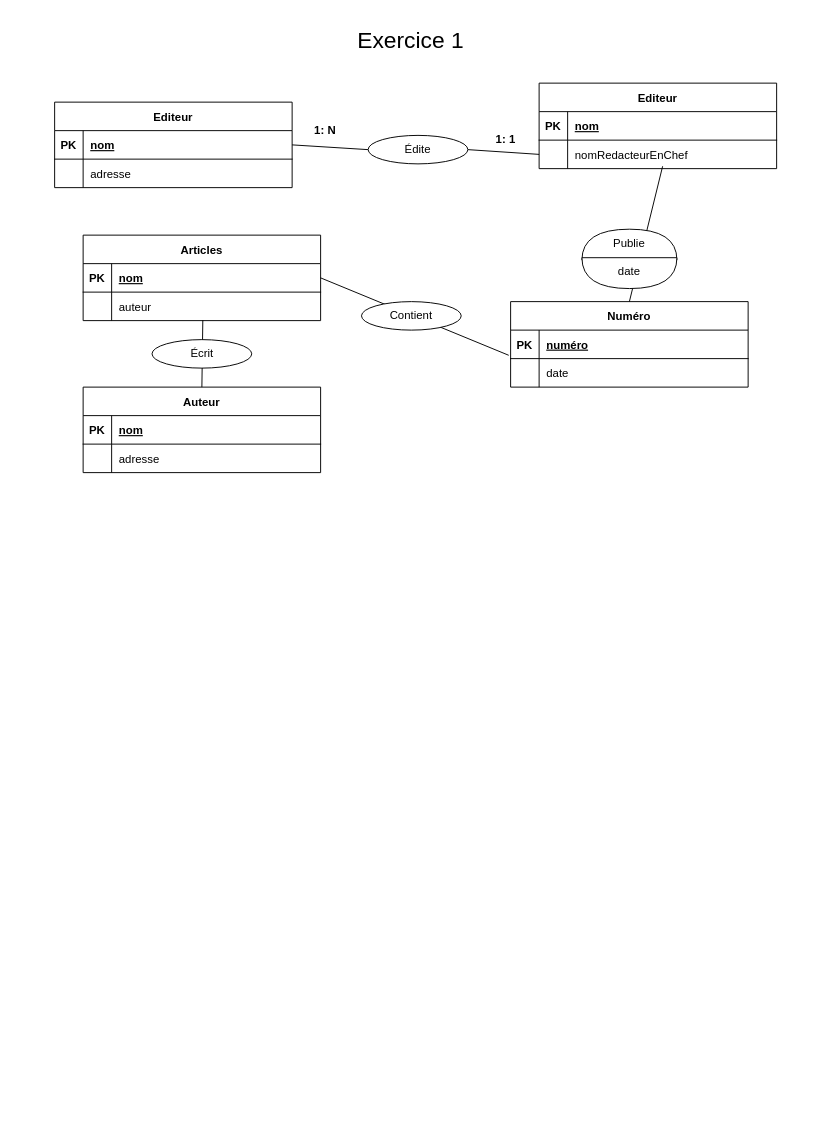
florian-alb/administration-bdd-2025 keeps this draw.io diagram as TP-1-Modelisation/exercice-1.drawio. Above is the earlier version. Source tidied: cells renumbered, new cells numbered last; positions are measured from the earlier drawing's top-left corner, leaving out a move shared by most shapes. Both pictures are drawn from the tidied source at 95%, with x=0, y=0 at pixel (54, 16).
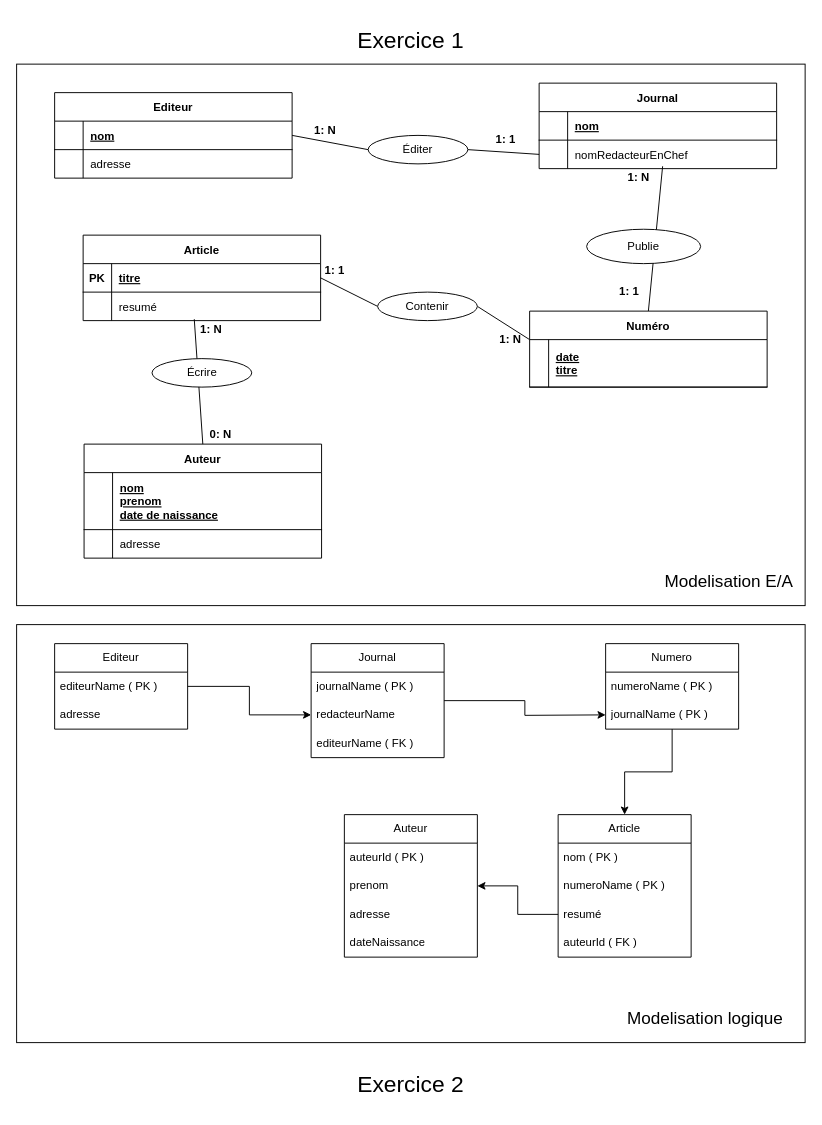
The same diagram, later.

Commit message (it also covers changes not shown here):
Mettre à jour exercice-1.drawio

The change refers to these unchanged cells:
```xml
<mxCell id="10" style="shape=partialRectangle;fillColor=none;points=[[0,0.5],[1,0.5]];portConstraint=eastwest;top=0;left=0;right=0;bottom=1;" parent="9" vertex="1">
  <mxGeometry y="30" width="250" height="30" as="geometry" />
</mxCell>
<mxCell id="28" style="shape=partialRectangle;fillColor=none;points=[[0,0.5],[1,0.5]];portConstraint=eastwest;top=0;left=0;right=0;bottom=1;" parent="27" vertex="1">
  <mxGeometry y="30" width="250" height="30" as="geometry" />
</mxCell>
<mxCell id="31" style="shape=partialRectangle;fillColor=none;points=[[0,0.5],[1,0.5]];portConstraint=eastwest;top=0;left=0;right=0;bottom=0;" parent="27" vertex="1">
  <mxGeometry y="60" width="250" height="30" as="geometry" />
</mxCell>
<mxCell id="42" style="shape=partialRectangle;fillColor=none;top=0;left=0;right=0;bottom=1;" parent="41" vertex="1">
  <mxGeometry y="30" width="250" height="30" as="geometry" />
</mxCell>
<mxCell id="45" style="shape=partialRectangle;fillColor=none;points=[[0,0.5],[1,0.5]];portConstraint=eastwest;top=0;left=0;right=0;bottom=0;" parent="41" vertex="1">
  <mxGeometry y="60" width="250" height="30" as="geometry" />
</mxCell>
```

Diff of the diagram source:
```diff
@@
+    <mxCell id="52" style="rounded=0;whiteSpace=wrap;html=1;" parent="1" vertex="1">
+      <mxGeometry x="-40" y="50" width="830" height="570" as="geometry" />
+    </mxCell>
+    <mxCell id="22" style="endArrow=none;html=1;rounded=0;exitX=0.5;exitY=0;exitDx=0;exitDy=0;entryX=0.52;entryY=0.917;entryDx=0;entryDy=0;entryPerimeter=0;" parent="1" edge="1" source="2" target="45">
+      <mxGeometry relative="1" as="geometry" />
+    </mxCell>
+    <mxCell id="53" style="ellipse;whiteSpace=wrap;html=1;" parent="1" vertex="1">
+      <mxGeometry x="560" y="223.8" width="120" height="36.2" as="geometry" />
+    </mxCell>
     <mxCell id="2" value="Numéro" style="shape=table;startSize=30;childLayout=tableLayout;rowLines=0;fontStyle=1;align=center;" parent="1" vertex="1">
-      <mxGeometry x="480" y="300" width="250" height="90" as="geometry" />
+      <mxGeometry x="500" y="310" width="250" height="80" as="geometry" />
     </mxCell>
     <mxCell id="3" style="shape=partialRectangle;fillColor=none;points=[[0,0.5],[1,0.5]];portConstraint=eastwest;top=0;left=0;right=0;bottom=1;" parent="2" vertex="1">
-      <mxGeometry y="30" width="250" height="30" as="geometry" />
+      <mxGeometry y="30" width="250" height="50" as="geometry" />
     </mxCell>
-    <mxCell id="4" value="PK" style="shape=partialRectangle;overflow=hidden;fillColor=none;top=0;left=0;bottom=0;right=0;fontStyle=1;" parent="3" vertex="1">
-      <mxGeometry width="30" height="30" as="geometry" />
+    <mxCell id="4" style="shape=partialRectangle;overflow=hidden;fillColor=none;top=0;left=0;bottom=0;right=0;fontStyle=1;" parent="3" vertex="1">
+      <mxGeometry width="20" height="50" as="geometry" />
     </mxCell>
-    <mxCell id="5" value="numéro" style="shape=partialRectangle;overflow=hidden;fillColor=none;top=0;left=0;bottom=0;right=0;align=left;spacingLeft=6;fontStyle=5;" parent="3" vertex="1">
-      <mxGeometry x="30" width="220" height="30" as="geometry" />
+    <mxCell id="5" value="date&#10;titre" style="shape=partialRectangle;overflow=hidden;fillColor=none;top=0;left=0;bottom=0;right=0;align=left;spacingLeft=6;fontStyle=5;" parent="3" vertex="1">
+      <mxGeometry x="20" width="230" height="50" as="geometry" />
     </mxCell>
-    <mxCell id="6" style="shape=partialRectangle;fillColor=none;points=[[0,0.5],[1,0.5]];portConstraint=eastwest;top=0;left=0;right=0;bottom=0;" parent="2" vertex="1">
-      <mxGeometry y="60" width="250" height="30" as="geometry" />
-    </mxCell>
-    <mxCell id="7" style="shape=partialRectangle;overflow=hidden;fillColor=none;top=0;left=0;bottom=0;right=0;" parent="6" vertex="1">
-      <mxGeometry width="30" height="30" as="geometry" />
-    </mxCell>
-    <mxCell id="8" value="date" style="shape=partialRectangle;overflow=hidden;fillColor=none;top=0;left=0;bottom=0;right=0;align=left;spacingLeft=6;" parent="6" vertex="1">
-      <mxGeometry x="30" width="220" height="30" as="geometry" />
-    </mxCell>
     <mxCell id="9" value="Editeur" style="shape=table;startSize=30;childLayout=tableLayout;rowLines=0;fontStyle=1;align=center;" parent="1" vertex="1">
-      <mxGeometry y="90" width="250" height="90" as="geometry" />
+      <mxGeometry y="80" width="250" height="90" as="geometry" />
     </mxCell>
@@
-    <mxCell id="11" value="PK" style="shape=partialRectangle;overflow=hidden;fillColor=none;top=0;left=0;bottom=0;right=0;fontStyle=1;" parent="10" vertex="1">
+    <mxCell id="11" style="shape=partialRectangle;overflow=hidden;fillColor=none;top=0;left=0;bottom=0;right=0;fontStyle=1;" parent="10" vertex="1">
       <mxGeometry width="30" height="30" as="geometry" />
     </mxCell>
@@
-    <mxCell id="19" value="Édite" style="ellipse;whiteSpace=wrap;html=1;" parent="1" vertex="1">
+    <mxCell id="19" value="Éditer" style="ellipse;whiteSpace=wrap;html=1;" parent="1" vertex="1">
       <mxGeometry x="330" y="125" width="105" height="30" as="geometry" />
     </mxCell>
@@
-    <mxCell id="22" style="endArrow=none;html=1;rounded=0;exitX=0.5;exitY=0;exitDx=0;exitDy=0;entryX=0.52;entryY=0.917;entryDx=0;entryDy=0;entryPerimeter=0;" parent="1" edge="1" source="2" target="45">
-      <mxGeometry relative="1" as="geometry" />
-    </mxCell>
-    <mxCell id="23" style="shape=or;whiteSpace=wrap;html=1;rotation=-90;" parent="1" vertex="1">
-      <mxGeometry x="588.8" y="190" width="32.5" height="100" as="geometry" />
-    </mxCell>
-    <mxCell id="24" style="shape=or;whiteSpace=wrap;html=1;rotation=90;" parent="1" vertex="1">
-      <mxGeometry x="588.8" y="220" width="32.5" height="100" as="geometry" />
-    </mxCell>
     <mxCell id="25" value="Publie" style="text;html=1;align=center;verticalAlign=middle;whiteSpace=wrap;rounded=0;" parent="1" vertex="1">
-      <mxGeometry x="575" y="223.8" width="60" height="30" as="geometry" />
+      <mxGeometry x="590" y="226.9" width="60" height="30" as="geometry" />
     </mxCell>
-    <mxCell id="26" value="date" style="text;html=1;align=center;verticalAlign=middle;whiteSpace=wrap;rounded=0;" parent="1" vertex="1">
-      <mxGeometry x="575" y="253.8" width="60" height="30" as="geometry" />
-    </mxCell>
-    <mxCell id="27" value="Articles" style="shape=table;startSize=30;childLayout=tableLayout;rowLines=0;fontStyle=1;align=center;" parent="1" vertex="1">
+    <mxCell id="27" value="Article" style="shape=table;startSize=30;childLayout=tableLayout;rowLines=0;fontStyle=1;align=center;" parent="1" vertex="1">
       <mxGeometry x="30" y="230" width="250" height="90" as="geometry" />
     </mxCell>
@@
-    <mxCell id="30" value="nom" style="shape=partialRectangle;overflow=hidden;fillColor=none;top=0;left=0;bottom=0;right=0;align=left;spacingLeft=6;fontStyle=5;" parent="28" vertex="1">
+    <mxCell id="30" value="titre" style="shape=partialRectangle;overflow=hidden;fillColor=none;top=0;left=0;bottom=0;right=0;align=left;spacingLeft=6;fontStyle=5;" parent="28" vertex="1">
       <mxGeometry x="30" width="220" height="30" as="geometry" />
     </mxCell>
@@
-    <mxCell id="33" value="auteur" style="shape=partialRectangle;overflow=hidden;fillColor=none;top=0;left=0;bottom=0;right=0;align=left;spacingLeft=6;" parent="31" vertex="1">
+    <mxCell id="33" value="resumé" style="shape=partialRectangle;overflow=hidden;fillColor=none;top=0;left=0;bottom=0;right=0;align=left;spacingLeft=6;" parent="31" vertex="1">
       <mxGeometry x="30" width="220" height="30" as="geometry" />
     </mxCell>
     <mxCell id="34" value="Auteur" style="shape=table;startSize=30;childLayout=tableLayout;rowLines=0;fontStyle=1;align=center;" parent="1" vertex="1">
-      <mxGeometry x="30" y="390" width="250" height="90" as="geometry" />
+      <mxGeometry x="31" y="450" width="250" height="120" as="geometry" />
     </mxCell>
     <mxCell id="35" style="shape=partialRectangle;fillColor=none;top=0;left=0;right=0;bottom=1;" parent="34" vertex="1">
-      <mxGeometry y="30" width="250" height="30" as="geometry" />
+      <mxGeometry y="30" width="250" height="60" as="geometry" />
     </mxCell>
-    <mxCell id="36" value="PK" style="shape=partialRectangle;overflow=hidden;fillColor=none;top=0;left=0;bottom=0;right=0;fontStyle=1;" parent="35" vertex="1">
-      <mxGeometry width="30" height="30" as="geometry" />
+    <mxCell id="36" style="shape=partialRectangle;overflow=hidden;fillColor=none;top=0;left=0;bottom=0;right=0;fontStyle=1;" parent="35" vertex="1">
+      <mxGeometry width="30" height="60" as="geometry" />
     </mxCell>
-    <mxCell id="37" value="nom" style="shape=partialRectangle;overflow=hidden;fillColor=none;top=0;left=0;bottom=0;right=0;align=left;spacingLeft=6;fontStyle=5;" parent="35" vertex="1">
-      <mxGeometry x="30" width="220" height="30" as="geometry" />
+    <mxCell id="37" value="nom&#10;prenom&#10;date de naissance" style="shape=partialRectangle;overflow=hidden;fillColor=none;top=0;left=0;bottom=0;right=0;align=left;spacingLeft=6;fontStyle=5;" parent="35" vertex="1">
+      <mxGeometry x="30" width="220" height="60" as="geometry" />
     </mxCell>
     <mxCell id="38" style="shape=partialRectangle;fillColor=none;top=0;left=0;right=0;bottom=0;" parent="34" vertex="1">
-      <mxGeometry y="60" width="250" height="30" as="geometry" />
+      <mxGeometry y="90" width="250" height="30" as="geometry" />
     </mxCell>
@@
-    <mxCell id="41" value="Editeur" style="shape=table;startSize=30;childLayout=tableLayout;rowLines=0;fontStyle=1;align=center;" parent="1" vertex="1">
+    <mxCell id="41" value="Journal" style="shape=table;startSize=30;childLayout=tableLayout;rowLines=0;fontStyle=1;align=center;" parent="1" vertex="1">
       <mxGeometry x="510" y="70" width="250" height="90" as="geometry" />
     </mxCell>
@@
-    <mxCell id="43" value="PK" style="shape=partialRectangle;overflow=hidden;fillColor=none;top=0;left=0;bottom=0;right=0;fontStyle=1;" parent="42" vertex="1">
+    <mxCell id="43" style="shape=partialRectangle;overflow=hidden;fillColor=none;top=0;left=0;bottom=0;right=0;fontStyle=1;" parent="42" vertex="1">
       <mxGeometry width="30" height="30" as="geometry" />
     </mxCell>
@@
-    <mxCell id="48" style="endArrow=none;html=1;rounded=0;exitX=0.504;exitY=0.983;exitDx=0;exitDy=0;exitPerimeter=0;entryX=0.5;entryY=0;entryDx=0;entryDy=0;" parent="1" edge="1" source="31" target="34">
+    <mxCell id="48" style="endArrow=none;html=1;rounded=0;entryX=0.5;entryY=0;entryDx=0;entryDy=0;exitX=0.14;exitY=-0.075;exitDx=0;exitDy=0;exitPerimeter=0;" parent="1" edge="1" source="57" target="34">
       <mxGeometry relative="1" as="geometry" />
     </mxCell>
-    <mxCell id="49" value="Écrit" style="ellipse;whiteSpace=wrap;html=1;" parent="1" vertex="1">
-      <mxGeometry x="102.5" y="340" width="105" height="30" as="geometry" />
+    <mxCell id="49" value="Écrire" style="ellipse;whiteSpace=wrap;html=1;" parent="1" vertex="1">
+      <mxGeometry x="102.5" y="360" width="105" height="30" as="geometry" />
     </mxCell>
-    <mxCell id="50" style="endArrow=none;html=1;rounded=0;entryX=-0.008;entryY=-0.117;entryDx=0;entryDy=0;entryPerimeter=0;exitX=1;exitY=0.5;exitDx=0;exitDy=0;" parent="1" edge="1" source="28" target="6">
+    <mxCell id="50" style="endArrow=none;html=1;rounded=0;entryX=0;entryY=0;entryDx=0;entryDy=0;entryPerimeter=0;exitX=1;exitY=0.5;exitDx=0;exitDy=0;" parent="1" edge="1" source="51" target="3">
       <mxGeometry relative="1" as="geometry" />
     </mxCell>
+    <mxCell id="54" style="endArrow=none;html=1;rounded=0;entryX=0;entryY=0.5;entryDx=0;entryDy=0;exitX=1;exitY=0.5;exitDx=0;exitDy=0;" parent="1" edge="1" source="28" target="51">
+      <mxGeometry relative="1" as="geometry" />
+    </mxCell>
-    <mxCell id="51" value="Contient" style="ellipse;whiteSpace=wrap;html=1;" parent="1" vertex="1">
-      <mxGeometry x="323" y="300" width="105" height="30" as="geometry" />
+    <mxCell id="51" value="Contenir" style="ellipse;whiteSpace=wrap;html=1;" parent="1" vertex="1">
+      <mxGeometry x="340" y="290" width="105" height="30" as="geometry" />
     </mxCell>
+    <mxCell id="55" value="&lt;b&gt;1: N&lt;/b&gt;" style="text;html=1;align=center;verticalAlign=middle;whiteSpace=wrap;rounded=0;" parent="1" vertex="1">
+      <mxGeometry x="590" y="160" width="50" height="20" as="geometry" />
+    </mxCell>
+    <mxCell id="56" value="&lt;b&gt;1: 1&lt;/b&gt;" style="text;html=1;align=center;verticalAlign=middle;whiteSpace=wrap;rounded=0;" parent="1" vertex="1">
+      <mxGeometry x="580" y="280" width="50" height="20" as="geometry" />
+    </mxCell>
+    <mxCell id="57" value="&lt;b&gt;1: N&lt;/b&gt;" style="text;html=1;align=center;verticalAlign=middle;whiteSpace=wrap;rounded=0;" parent="1" vertex="1">
+      <mxGeometry x="140" y="320" width="50" height="20" as="geometry" />
+    </mxCell>
+    <mxCell id="58" value="&lt;b&gt;0: N&lt;/b&gt;" style="text;html=1;align=center;verticalAlign=middle;whiteSpace=wrap;rounded=0;" parent="1" vertex="1">
+      <mxGeometry x="150" y="430" width="50" height="20" as="geometry" />
+    </mxCell>
+    <mxCell id="59" value="&lt;b&gt;1: N&lt;/b&gt;" style="text;html=1;align=center;verticalAlign=middle;whiteSpace=wrap;rounded=0;" parent="1" vertex="1">
+      <mxGeometry x="455" y="330" width="50" height="20" as="geometry" />
+    </mxCell>
+    <mxCell id="60" value="&lt;b&gt;1: 1&lt;/b&gt;" style="text;html=1;align=center;verticalAlign=middle;whiteSpace=wrap;rounded=0;" parent="1" vertex="1">
+      <mxGeometry x="270" y="256.9" width="50" height="20" as="geometry" />
+    </mxCell>
+    <mxCell id="61" value="&lt;font style=&quot;font-size: 18px;&quot;&gt;Modelisation E/A&lt;/font&gt;" style="text;html=1;align=center;verticalAlign=middle;whiteSpace=wrap;rounded=0;" parent="1" vertex="1">
+      <mxGeometry x="640" y="580" width="140" height="30" as="geometry" />
+    </mxCell>
+    <mxCell id="62" style="rounded=0;whiteSpace=wrap;html=1;" parent="1" vertex="1">
+      <mxGeometry x="-40" y="640" width="830" height="440" as="geometry" />
+    </mxCell>
+    <mxCell id="63" value="Editeur" style="swimlane;fontStyle=0;horizontal=1;startSize=30;whiteSpace=wrap;html=1;" parent="1" vertex="1">
+      <mxGeometry y="660" width="140" height="90" as="geometry" />
+    </mxCell>
+    <mxCell id="64" value="editeurName ( PK )" style="text;strokeColor=none;fillColor=none;align=left;verticalAlign=middle;spacingLeft=4;spacingRight=4;overflow=hidden;points=[[0,0.5],[1,0.5]];portConstraint=eastwest;whiteSpace=wrap;html=1;" parent="63" vertex="1">
+      <mxGeometry y="30" width="140" height="30" as="geometry" />
+    </mxCell>
+    <mxCell id="65" value="adresse" style="text;strokeColor=none;fillColor=none;align=left;verticalAlign=middle;spacingLeft=4;spacingRight=4;overflow=hidden;whiteSpace=wrap;html=1;" parent="63" vertex="1">
+      <mxGeometry y="60" width="140" height="30" as="geometry" />
+    </mxCell>
+    <mxCell id="66" style="edgeStyle=orthogonalEdgeStyle;rounded=0;jettySize=auto;html=1;" parent="1" edge="1" source="67">
+      <mxGeometry relative="1" as="geometry">
+        <mxPoint x="580" y="735" as="targetPoint" />
+      </mxGeometry>
+    </mxCell>
+    <mxCell id="67" value="Journal" style="swimlane;fontStyle=0;horizontal=1;startSize=30;whiteSpace=wrap;html=1;" parent="1" vertex="1">
+      <mxGeometry x="270" y="660" width="140" height="120" as="geometry" />
+    </mxCell>
+    <mxCell id="68" value="journalName ( PK )" style="text;strokeColor=none;fillColor=none;align=left;verticalAlign=middle;spacingLeft=4;spacingRight=4;overflow=hidden;whiteSpace=wrap;html=1;" parent="67" vertex="1">
+      <mxGeometry y="30" width="140" height="30" as="geometry" />
+    </mxCell>
+    <mxCell id="69" value="redacteurName" style="text;strokeColor=none;fillColor=none;align=left;verticalAlign=middle;spacingLeft=4;spacingRight=4;overflow=hidden;points=[[0,0.5],[1,0.5]];portConstraint=eastwest;whiteSpace=wrap;html=1;" parent="67" vertex="1">
+      <mxGeometry y="60" width="140" height="30" as="geometry" />
+    </mxCell>
+    <mxCell id="70" value="editeurName ( FK )" style="text;strokeColor=none;fillColor=none;align=left;verticalAlign=middle;spacingLeft=4;spacingRight=4;overflow=hidden;whiteSpace=wrap;html=1;" parent="67" vertex="1">
+      <mxGeometry y="90" width="140" height="30" as="geometry" />
+    </mxCell>
+    <mxCell id="71" style="edgeStyle=orthogonalEdgeStyle;rounded=0;jettySize=auto;html=1;" parent="1" edge="1" source="72" target="75">
+      <mxGeometry relative="1" as="geometry" />
+    </mxCell>
+    <mxCell id="72" value="Numero" style="swimlane;fontStyle=0;horizontal=1;startSize=30;whiteSpace=wrap;html=1;" parent="1" vertex="1">
+      <mxGeometry x="580" y="660" width="140" height="90" as="geometry" />
+    </mxCell>
+    <mxCell id="73" value="numeroName ( PK )" style="text;strokeColor=none;fillColor=none;align=left;verticalAlign=middle;spacingLeft=4;spacingRight=4;overflow=hidden;whiteSpace=wrap;html=1;" parent="72" vertex="1">
+      <mxGeometry y="30" width="140" height="30" as="geometry" />
+    </mxCell>
+    <mxCell id="74" value="journalName ( PK )" style="text;strokeColor=none;fillColor=none;align=left;verticalAlign=middle;spacingLeft=4;spacingRight=4;overflow=hidden;whiteSpace=wrap;html=1;" parent="72" vertex="1">
+      <mxGeometry y="60" width="140" height="30" as="geometry" />
+    </mxCell>
+    <mxCell id="75" value="Article" style="swimlane;fontStyle=0;horizontal=1;startSize=30;whiteSpace=wrap;html=1;" parent="1" vertex="1">
+      <mxGeometry x="530" y="840" width="140" height="150" as="geometry" />
+    </mxCell>
+    <mxCell id="76" value="nom ( PK )" style="text;strokeColor=none;fillColor=none;align=left;verticalAlign=middle;spacingLeft=4;spacingRight=4;overflow=hidden;whiteSpace=wrap;html=1;" parent="75" vertex="1">
+      <mxGeometry y="30" width="140" height="30" as="geometry" />
+    </mxCell>
+    <mxCell id="77" value="numeroName ( PK )" style="text;strokeColor=none;fillColor=none;align=left;verticalAlign=middle;spacingLeft=4;spacingRight=4;overflow=hidden;whiteSpace=wrap;html=1;" parent="75" vertex="1">
+      <mxGeometry y="60" width="140" height="30" as="geometry" />
+    </mxCell>
+    <mxCell id="78" value="resumé" style="text;strokeColor=none;fillColor=none;align=left;verticalAlign=middle;spacingLeft=4;spacingRight=4;overflow=hidden;points=[[0,0.5],[1,0.5]];portConstraint=eastwest;whiteSpace=wrap;html=1;" parent="75" vertex="1">
+      <mxGeometry y="90" width="140" height="30" as="geometry" />
+    </mxCell>
+    <mxCell id="79" value="auteurId ( FK )" style="text;strokeColor=none;fillColor=none;align=left;verticalAlign=middle;spacingLeft=4;spacingRight=4;overflow=hidden;whiteSpace=wrap;html=1;" parent="75" vertex="1">
+      <mxGeometry y="120" width="140" height="30" as="geometry" />
+    </mxCell>
+    <mxCell id="80" value="Auteur" style="swimlane;fontStyle=0;horizontal=1;startSize=30;whiteSpace=wrap;html=1;" parent="1" vertex="1">
+      <mxGeometry x="305" y="840" width="140" height="150" as="geometry" />
+    </mxCell>
+    <mxCell id="81" value="auteurId ( PK )" style="text;strokeColor=none;fillColor=none;align=left;verticalAlign=middle;spacingLeft=4;spacingRight=4;overflow=hidden;whiteSpace=wrap;html=1;" parent="80" vertex="1">
+      <mxGeometry y="30" width="140" height="30" as="geometry" />
+    </mxCell>
+    <mxCell id="82" value="prenom" style="text;strokeColor=none;fillColor=none;align=left;verticalAlign=middle;spacingLeft=4;spacingRight=4;overflow=hidden;points=[[0,0.5],[1,0.5]];portConstraint=eastwest;whiteSpace=wrap;html=1;" parent="80" vertex="1">
+      <mxGeometry y="60" width="140" height="30" as="geometry" />
+    </mxCell>
+    <mxCell id="83" value="adresse" style="text;strokeColor=none;fillColor=none;align=left;verticalAlign=middle;spacingLeft=4;spacingRight=4;overflow=hidden;whiteSpace=wrap;html=1;" parent="80" vertex="1">
+      <mxGeometry y="90" width="140" height="30" as="geometry" />
+    </mxCell>
+    <mxCell id="84" value="dateNaissance" style="text;strokeColor=none;fillColor=none;align=left;verticalAlign=middle;spacingLeft=4;spacingRight=4;overflow=hidden;whiteSpace=wrap;html=1;" parent="80" vertex="1">
+      <mxGeometry y="120" width="140" height="30" as="geometry" />
+    </mxCell>
+    <mxCell id="85" style="edgeStyle=orthogonalEdgeStyle;rounded=0;jettySize=auto;html=1;exitX=0;exitY=0.5;exitDx=0;exitDy=0;entryX=1;entryY=0.5;entryDx=0;entryDy=0;" parent="1" edge="1" source="78" target="82">
+      <mxGeometry relative="1" as="geometry" />
+    </mxCell>
+    <mxCell id="86" style="edgeStyle=orthogonalEdgeStyle;rounded=0;jettySize=auto;html=1;" parent="1" edge="1" source="64" target="69">
+      <mxGeometry relative="1" as="geometry" />
+    </mxCell>
+    <mxCell id="87" value="&lt;font style=&quot;font-size: 18px;&quot;&gt;Modelisation logique&lt;/font&gt;" style="text;html=1;align=center;verticalAlign=middle;whiteSpace=wrap;rounded=0;" parent="1" vertex="1">
+      <mxGeometry x="590" y="1040" width="190" height="30" as="geometry" />
+    </mxCell>
+    <mxCell id="88" value="&lt;font style=&quot;font-size: 24px;&quot;&gt;Exercice 2&lt;/font&gt;" style="text;html=1;align=center;verticalAlign=middle;whiteSpace=wrap;rounded=0;" parent="1" vertex="1">
+      <mxGeometry x="305" y="1100" width="140" height="50" as="geometry" />
+    </mxCell>
```
